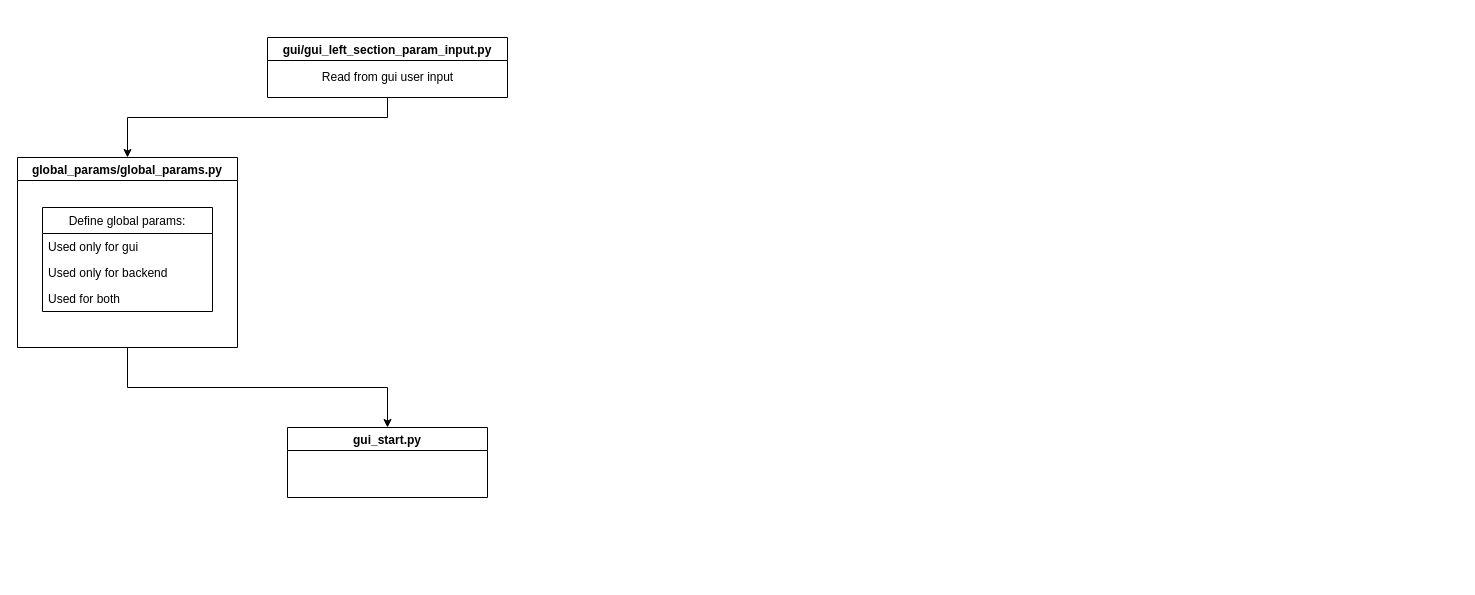
Before: doc/structure.drawio in DayuanTan/PedestriansCrossingStreetSimulation, a draw.io diagram. Source tidied: cells renumbered, new cells numbered last; positions are measured from the earlier drawing's top-left corner, leaving out a move shared by most shapes. Both pictures are drawn from the tidied source at 100%, with x=0, y=0 at pixel (17, 37).
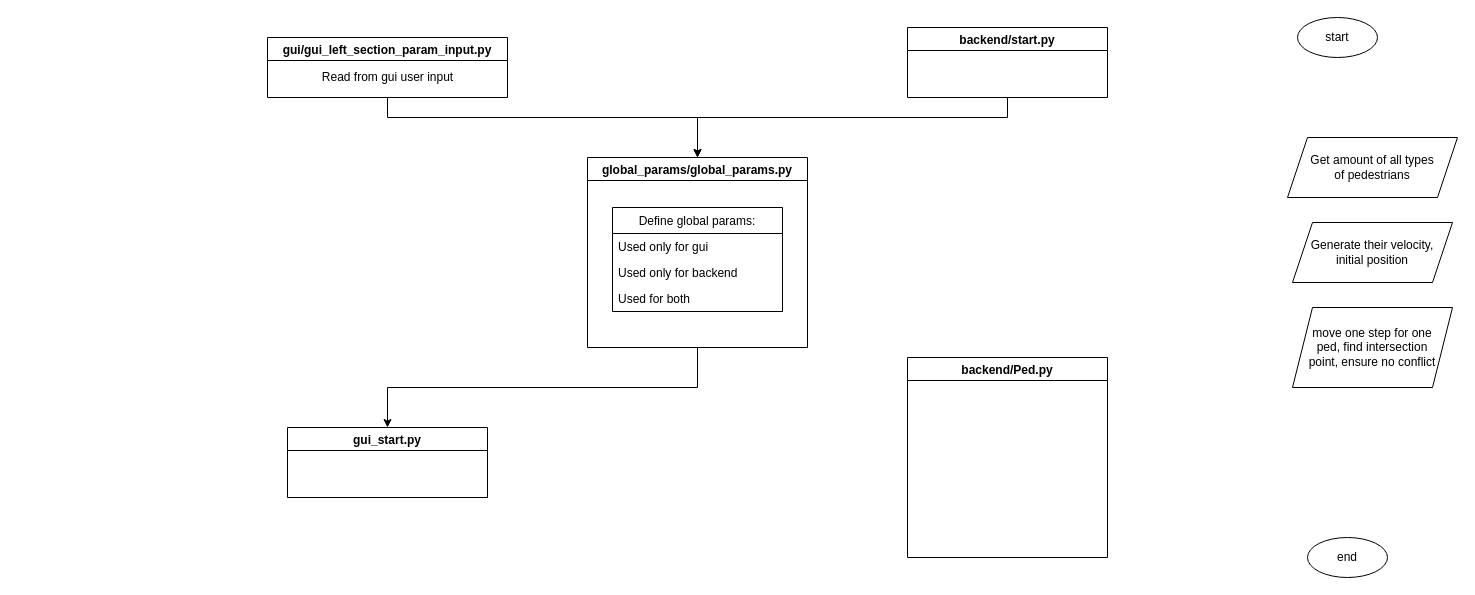
After the change.

Commit message (it also covers changes not shown here):
move backend start to top dir

Unchanged cells that the change refers to:
```xml
<mxCell id="7" value="gui/gui_left_section_param_input.py" style="swimlane;" parent="1" vertex="1">
  <mxGeometry x="250" width="240" height="60" as="geometry" />
</mxCell>
```

The edit, as a diff of the source:
```diff
@@
     <mxCell id="2" value="global_params/global_params.py" style="swimlane;" parent="1" vertex="1">
-      <mxGeometry y="120" width="220" height="190" as="geometry" />
+      <mxGeometry x="570" y="120" width="220" height="190" as="geometry" />
     </mxCell>
@@
     <mxCell id="9" style="endArrow=classic;html=1;exitX=0.5;exitY=1;exitDx=0;exitDy=0;entryX=0.5;entryY=0;entryDx=0;entryDy=0;rounded=0;" parent="1" edge="1" source="7" target="2">
       <mxGeometry relative="1" as="geometry">
         <Array as="points">
           <mxPoint x="370" y="80" />
-          <mxPoint x="110" y="80" />
+          <mxPoint x="680" y="80" />
         </Array>
       </mxGeometry>
     </mxCell>
@@
+    <mxCell id="12" style="edgeStyle=orthogonalEdgeStyle;rounded=0;jettySize=auto;html=1;entryX=0.5;entryY=0;entryDx=0;entryDy=0;exitX=0.5;exitY=1;exitDx=0;exitDy=0;" parent="1" edge="1" source="13" target="2">
+      <mxGeometry relative="1" as="geometry">
+        <Array as="points">
+          <mxPoint x="990" y="80" />
+          <mxPoint x="680" y="80" />
+        </Array>
+      </mxGeometry>
+    </mxCell>
+    <mxCell id="13" value="backend/start.py" style="swimlane;" parent="1" vertex="1">
+      <mxGeometry x="890" y="-10" width="200" height="70" as="geometry" />
+    </mxCell>
+    <mxCell id="14" value="backend/Ped.py" style="swimlane;" parent="1" vertex="1">
+      <mxGeometry x="890" y="320" width="200" height="200" as="geometry" />
+    </mxCell>
+    <mxCell id="15" value="start" style="ellipse;whiteSpace=wrap;html=1;" parent="1" vertex="1">
+      <mxGeometry x="1280" y="-20" width="80" height="40" as="geometry" />
+    </mxCell>
+    <mxCell id="16" value="end" style="ellipse;whiteSpace=wrap;html=1;" parent="1" vertex="1">
+      <mxGeometry x="1290" y="500" width="80" height="40" as="geometry" />
+    </mxCell>
+    <mxCell id="17" value="Get amount of all types &lt;br&gt;of pedestrians" style="shape=parallelogram;perimeter=parallelogramPerimeter;whiteSpace=wrap;html=1;fixedSize=1;" parent="1" vertex="1">
+      <mxGeometry x="1270" y="100" width="170" height="60" as="geometry" />
+    </mxCell>
+    <mxCell id="18" value="Generate their velocity, &lt;br&gt;initial position" style="shape=parallelogram;perimeter=parallelogramPerimeter;whiteSpace=wrap;html=1;fixedSize=1;" parent="1" vertex="1">
+      <mxGeometry x="1275" y="185" width="160" height="60" as="geometry" />
+    </mxCell>
+    <mxCell id="19" value="move one step for one &lt;br&gt;ped, find intersection &lt;br&gt;point, ensure no conflict" style="shape=parallelogram;perimeter=parallelogramPerimeter;whiteSpace=wrap;html=1;fixedSize=1;" parent="1" vertex="1">
+      <mxGeometry x="1275" y="270" width="160" height="80" as="geometry" />
+    </mxCell>
```
